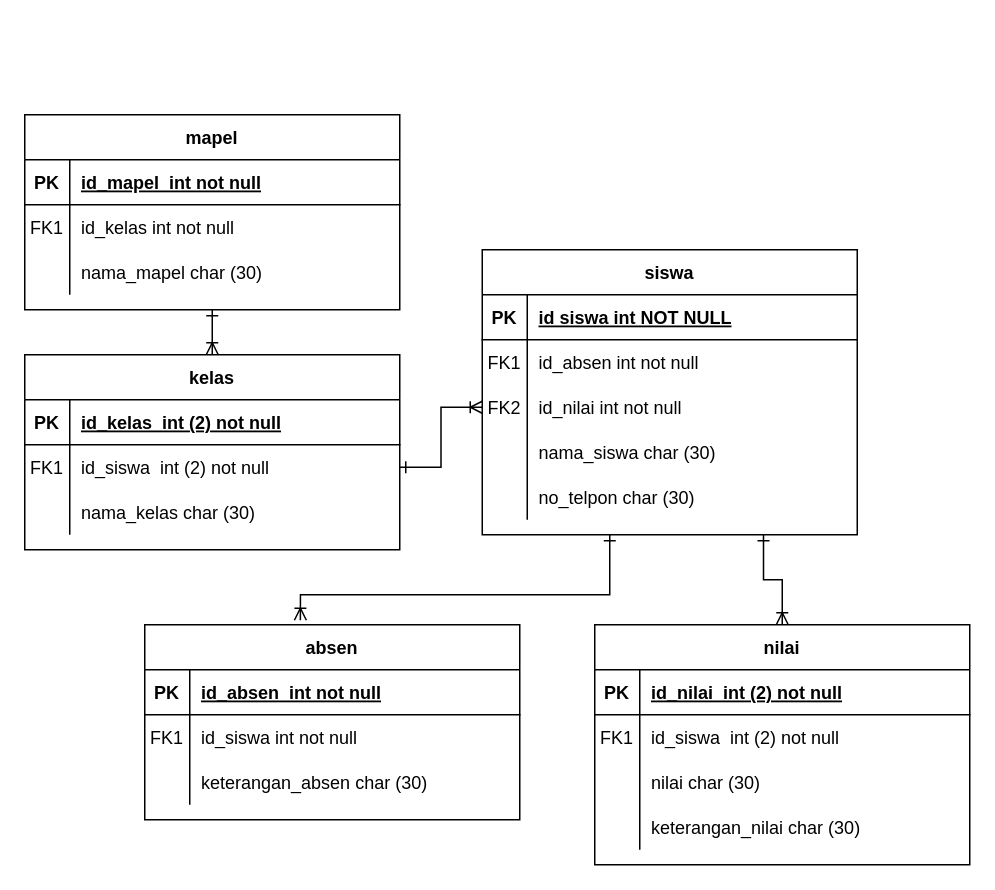
Earlier version of the draw.io diagram Teacher-app/Untitled Diagram.drawio (NormalikaShandi/IF215007-IF215008). Source tidied: cells renumbered, new cells numbered last; positions are measured from the earlier drawing's top-left corner, leaving out a move shared by most shapes. Both pictures are drawn from the tidied source at 150%, with x=0, y=0 at pixel (24, 114).
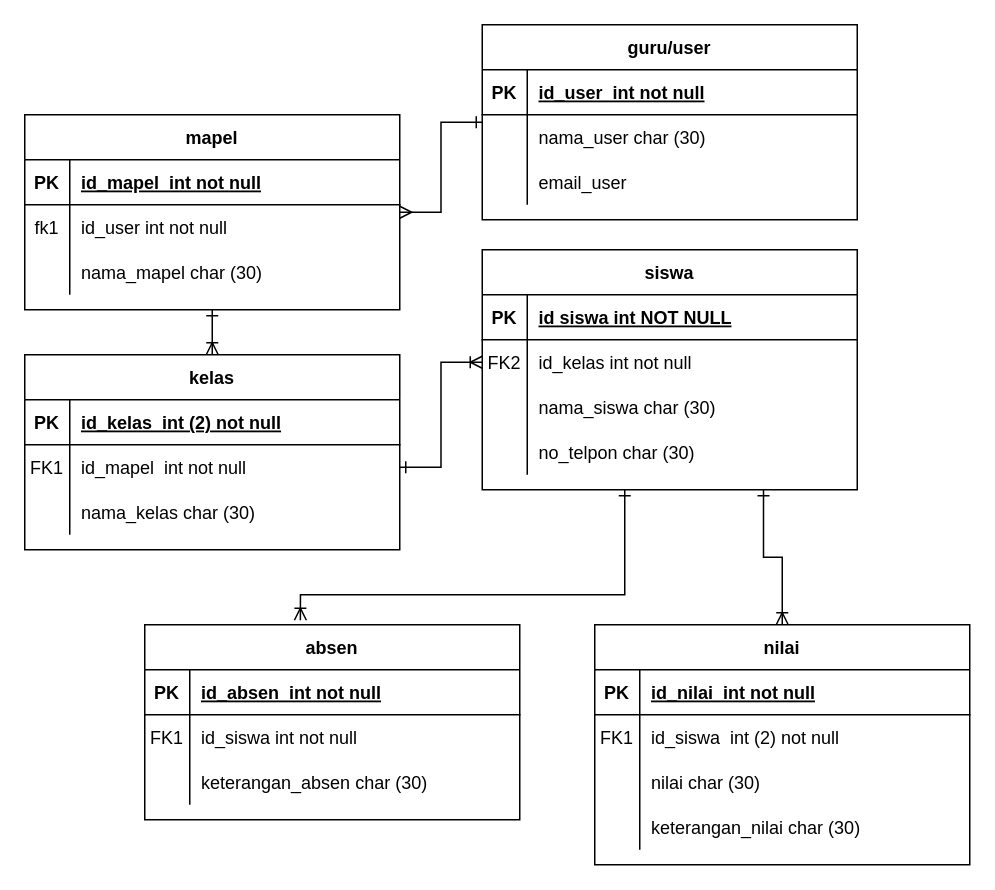
The same diagram, later.

Unchanged cells that the change refers to:
```xml
<mxCell id="20" value="mapel" style="shape=table;startSize=30;childLayout=tableLayout;rowLines=0;fontStyle=1;align=center;" parent="1" vertex="1">
  <mxGeometry width="250" height="130" as="geometry" />
</mxCell>
<mxCell id="34" style="shape=partialRectangle;fillColor=none;points=[[0,0.5],[1,0.5]];portConstraint=eastwest;top=0;left=0;right=0;bottom=0;" parent="30" vertex="1">
  <mxGeometry y="60" width="250" height="30" as="geometry" />
</mxCell>
<mxCell id="41" value="absen" style="shape=table;startSize=30;childLayout=tableLayout;rowLines=0;fontStyle=1;align=center;" parent="1" vertex="1">
  <mxGeometry x="80" y="340" width="250" height="130" as="geometry" />
</mxCell>
<mxCell id="52" style="shape=partialRectangle;fillColor=none;top=0;left=0;right=0;bottom=1;" parent="51" vertex="1">
  <mxGeometry y="30" width="250" height="30" as="geometry" />
</mxCell>
```

The edit, as a diff of the source:
```diff
@@
     <mxCell id="3" value="siswa" style="shape=table;startSize=30;childLayout=tableLayout;rowLines=0;fontStyle=1;align=center;" parent="1" vertex="1">
-      <mxGeometry x="305" y="90" width="250" height="190" as="geometry" />
+      <mxGeometry x="305" y="90" width="250" height="160" as="geometry" />
     </mxCell>
@@
-    <mxCell id="7" style="shape=partialRectangle;fillColor=none;top=0;left=0;right=0;bottom=0;" parent="3" vertex="1">
-      <mxGeometry y="60" width="250" height="30" as="geometry" />
-    </mxCell>
-    <mxCell id="8" value="FK1" style="shape=partialRectangle;overflow=hidden;fillColor=none;top=0;left=0;bottom=0;right=0;" parent="7" vertex="1">
-      <mxGeometry width="30" height="30" as="geometry" />
-    </mxCell>
-    <mxCell id="9" value="id_absen int not null" style="shape=partialRectangle;overflow=hidden;fillColor=none;top=0;left=0;bottom=0;right=0;align=left;spacingLeft=6;" parent="7" vertex="1">
-      <mxGeometry x="30" width="220" height="30" as="geometry" />
-    </mxCell>
     <mxCell id="10" style="shape=partialRectangle;fillColor=none;points=[[0,0.5],[1,0.5]];portConstraint=eastwest;top=0;left=0;right=0;bottom=0;" parent="3" vertex="1">
-      <mxGeometry y="90" width="250" height="30" as="geometry" />
+      <mxGeometry y="60" width="250" height="30" as="geometry" />
     </mxCell>
@@
-    <mxCell id="12" value="id_nilai int not null" style="shape=partialRectangle;overflow=hidden;fillColor=none;top=0;left=0;bottom=0;right=0;align=left;spacingLeft=6;" parent="10" vertex="1">
+    <mxCell id="12" value="id_kelas int not null" style="shape=partialRectangle;overflow=hidden;fillColor=none;top=0;left=0;bottom=0;right=0;align=left;spacingLeft=6;" parent="10" vertex="1">
       <mxGeometry x="30" width="220" height="30" as="geometry" />
     </mxCell>
     <mxCell id="13" style="shape=partialRectangle;fillColor=none;top=0;left=0;right=0;bottom=0;" parent="3" vertex="1">
-      <mxGeometry y="120" width="250" height="30" as="geometry" />
+      <mxGeometry y="90" width="250" height="30" as="geometry" />
     </mxCell>
@@
     <mxCell id="16" style="shape=partialRectangle;fillColor=none;top=0;left=0;right=0;bottom=0;" parent="3" vertex="1">
-      <mxGeometry y="150" width="250" height="30" as="geometry" />
+      <mxGeometry y="120" width="250" height="30" as="geometry" />
     </mxCell>
@@
+    <mxCell id="65" style="edgeStyle=orthogonalEdgeStyle;rounded=0;jettySize=auto;html=1;startArrow=ERmany;startFill=0;endArrow=ERone;endFill=0;" parent="1" edge="1" source="20" target="69">
+      <mxGeometry relative="1" as="geometry" />
+    </mxCell>
@@
-    <mxCell id="24" style="shape=partialRectangle;fillColor=none;top=0;left=0;right=0;bottom=0;" parent="20" vertex="1">
-      <mxGeometry y="60" width="250" height="30" as="geometry" />
-    </mxCell>
-    <mxCell id="25" value="FK1" style="shape=partialRectangle;overflow=hidden;fillColor=none;top=0;left=0;bottom=0;right=0;" parent="24" vertex="1">
-      <mxGeometry width="30" height="30" as="geometry" />
-    </mxCell>
-    <mxCell id="26" value="id_kelas int not null" style="shape=partialRectangle;overflow=hidden;fillColor=none;top=0;left=0;bottom=0;right=0;align=left;spacingLeft=6;" parent="24" vertex="1">
-      <mxGeometry x="30" width="220" height="30" as="geometry" />
-    </mxCell>
+    <mxCell id="66" style="shape=partialRectangle;fillColor=none;top=0;left=0;right=0;bottom=0;" parent="20" vertex="1">
+      <mxGeometry y="60" width="250" height="30" as="geometry" />
+    </mxCell>
+    <mxCell id="67" value="fk1" style="shape=partialRectangle;overflow=hidden;fillColor=none;top=0;left=0;bottom=0;right=0;" parent="66" vertex="1">
+      <mxGeometry width="30" height="30" as="geometry" />
+    </mxCell>
+    <mxCell id="68" value="id_user int not null" style="shape=partialRectangle;overflow=hidden;fillColor=none;top=0;left=0;bottom=0;right=0;align=left;spacingLeft=6;" parent="66" vertex="1">
+      <mxGeometry x="30" width="220" height="30" as="geometry" />
+    </mxCell>
@@
-    <mxCell id="36" value="id_siswa  int (2) not null" style="shape=partialRectangle;overflow=hidden;fillColor=none;top=0;left=0;bottom=0;right=0;align=left;spacingLeft=6;" parent="34" vertex="1">
+    <mxCell id="36" value="id_mapel  int not null" style="shape=partialRectangle;overflow=hidden;fillColor=none;top=0;left=0;bottom=0;right=0;align=left;spacingLeft=6;" parent="34" vertex="1">
       <mxGeometry x="30" width="220" height="30" as="geometry" />
     </mxCell>
@@
     <mxCell id="40" style="edgeStyle=orthogonalEdgeStyle;rounded=0;jettySize=auto;html=1;startArrow=ERone;startFill=0;endArrow=ERoneToMany;endFill=0;entryX=0.415;entryY=-0.023;entryDx=0;entryDy=0;entryPerimeter=0;" parent="1" edge="1" target="41">
       <mxGeometry relative="1" as="geometry">
-        <mxPoint x="390" y="280" as="sourcePoint" />
+        <mxPoint x="400" y="250" as="sourcePoint" />
         <Array as="points">
-          <mxPoint x="390" y="320" />
+          <mxPoint x="400" y="280" />
+          <mxPoint x="400" y="320" />
           <mxPoint x="184" y="320" />
         </Array>
       </mxGeometry>
     </mxCell>
@@
-    <mxCell id="54" value="id_nilai  int (2) not null" style="shape=partialRectangle;overflow=hidden;fillColor=none;top=0;left=0;bottom=0;right=0;align=left;spacingLeft=6;fontStyle=5;" parent="52" vertex="1">
+    <mxCell id="54" value="id_nilai  int not null" style="shape=partialRectangle;overflow=hidden;fillColor=none;top=0;left=0;bottom=0;right=0;align=left;spacingLeft=6;fontStyle=5;" parent="52" vertex="1">
       <mxGeometry x="30" width="220" height="30" as="geometry" />
     </mxCell>
@@
+    <mxCell id="69" value="guru/user" style="shape=table;startSize=30;childLayout=tableLayout;rowLines=0;fontStyle=1;align=center;" parent="1" vertex="1">
+      <mxGeometry x="305" y="-60" width="250" height="130" as="geometry" />
+    </mxCell>
+    <mxCell id="70" style="shape=partialRectangle;fillColor=none;top=0;left=0;right=0;bottom=1;" parent="69" vertex="1">
+      <mxGeometry y="30" width="250" height="30" as="geometry" />
+    </mxCell>
+    <mxCell id="71" value="PK" style="shape=partialRectangle;overflow=hidden;fillColor=none;top=0;left=0;bottom=0;right=0;fontStyle=1;" parent="70" vertex="1">
+      <mxGeometry width="30" height="30" as="geometry" />
+    </mxCell>
+    <mxCell id="72" value="id_user  int not null" style="shape=partialRectangle;overflow=hidden;fillColor=none;top=0;left=0;bottom=0;right=0;align=left;spacingLeft=6;fontStyle=5;" parent="70" vertex="1">
+      <mxGeometry x="30" width="220" height="30" as="geometry" />
+    </mxCell>
+    <mxCell id="73" style="shape=partialRectangle;fillColor=none;top=0;left=0;right=0;bottom=0;" parent="69" vertex="1">
+      <mxGeometry y="60" width="250" height="30" as="geometry" />
+    </mxCell>
+    <mxCell id="74" style="shape=partialRectangle;overflow=hidden;fillColor=none;top=0;left=0;bottom=0;right=0;" parent="73" vertex="1">
+      <mxGeometry width="30" height="30" as="geometry" />
+    </mxCell>
+    <mxCell id="75" value="nama_user char (30)" style="shape=partialRectangle;overflow=hidden;fillColor=none;top=0;left=0;bottom=0;right=0;align=left;spacingLeft=6;" parent="73" vertex="1">
+      <mxGeometry x="30" width="220" height="30" as="geometry" />
+    </mxCell>
+    <mxCell id="76" style="shape=partialRectangle;fillColor=none;top=0;left=0;right=0;bottom=0;" parent="69" vertex="1">
+      <mxGeometry y="90" width="250" height="30" as="geometry" />
+    </mxCell>
+    <mxCell id="77" style="shape=partialRectangle;overflow=hidden;fillColor=none;top=0;left=0;bottom=0;right=0;" parent="76" vertex="1">
+      <mxGeometry width="30" height="30" as="geometry" />
+    </mxCell>
+    <mxCell id="78" value="email_user" style="shape=partialRectangle;overflow=hidden;fillColor=none;top=0;left=0;bottom=0;right=0;align=left;spacingLeft=6;" parent="76" vertex="1">
+      <mxGeometry x="30" width="220" height="30" as="geometry" />
+    </mxCell>
```
